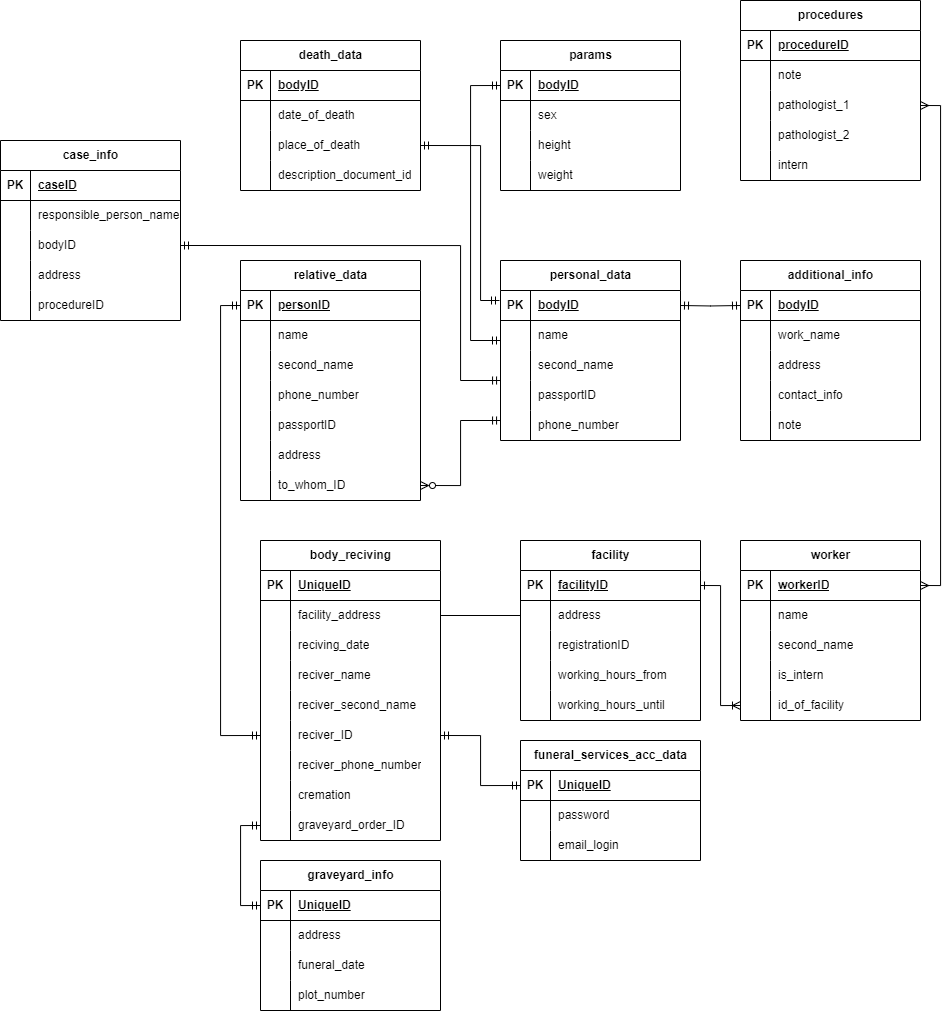
The draw.io diagram Project/Stage_2/Infolog.drawio.png in StXoTTaBbl4/ISBD, before a commit. Source tidied: cells renumbered, new cells last; positions are measured from the earlier drawing's top-left corner, leaving out a move shared by most shapes.
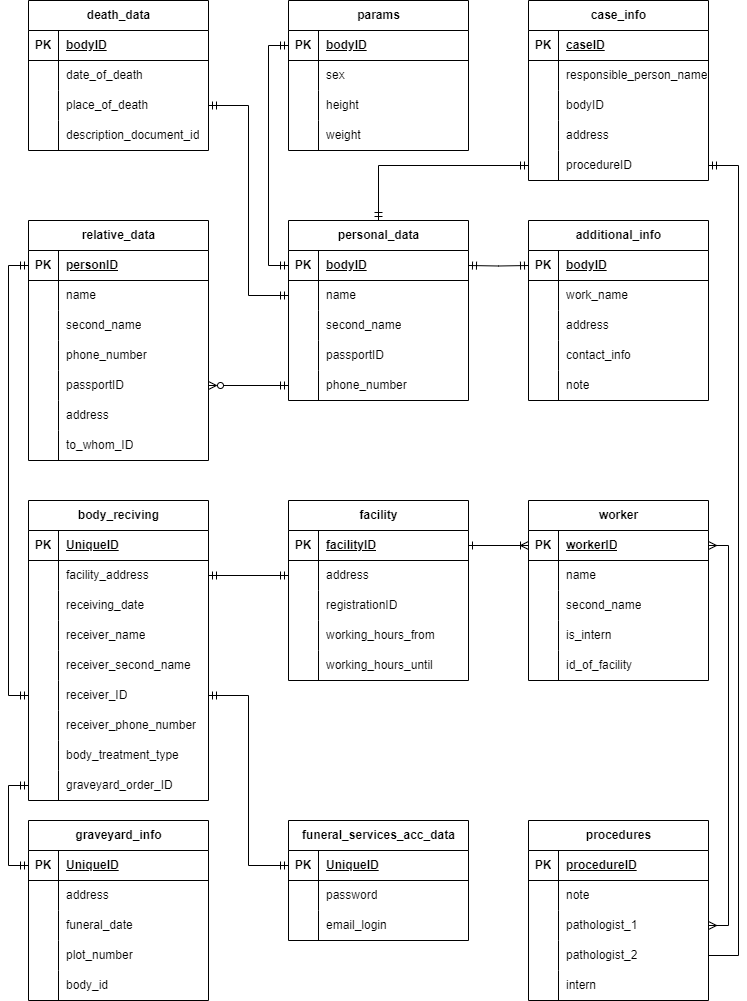
After the change.

Change to the diagram source:
```diff
@@ -195,7 +195,7 @@
       <mxGeometry x="30" width="150" height="30" as="geometry" />
     </mxCell>
     <mxCell id="66" value="facility" style="shape=table;startSize=30;rowLines=0;fontStyle=1;align=center;html=1;" parent="1" vertex="1">
-      <mxGeometry x="520" y="540" width="180" height="180" as="geometry" />
+      <mxGeometry x="500" y="540" width="180" height="180" as="geometry" />
     </mxCell>
     <mxCell id="67" style="shape=tableRow;horizontal=0;startSize=0;swimlaneHead=0;swimlaneBody=0;fillColor=none;points=[[0,0.5],[1,0.5]];portConstraint=eastwest;top=0;left=0;right=0;bottom=1;" parent="66" vertex="1">
       <mxGeometry y="30" width="180" height="30" as="geometry" />
@@ -291,7 +291,7 @@
       <mxGeometry x="30" width="150" height="30" as="geometry" />
     </mxCell>
     <mxCell id="98" value="case_info" style="shape=table;startSize=30;rowLines=0;fontStyle=1;align=center;html=1;" parent="1" vertex="1">
-      <mxGeometry y="140" width="180" height="180" as="geometry" />
+      <mxGeometry x="740" y="40" width="180" height="180" as="geometry" />
     </mxCell>
     <mxCell id="99" style="shape=tableRow;horizontal=0;startSize=0;swimlaneHead=0;swimlaneBody=0;fillColor=none;top=0;left=0;right=0;bottom=1;" parent="98" vertex="1">
       <mxGeometry y="30" width="180" height="30" as="geometry" />
@@ -339,7 +339,7 @@
       <mxGeometry x="30" width="150" height="30" as="geometry" />
     </mxCell>
     <mxCell id="114" value="graveyard_info" style="shape=table;startSize=30;rowLines=0;fontStyle=1;align=center;html=1;" parent="1" vertex="1">
-      <mxGeometry x="260" y="860" width="180" height="150" as="geometry" />
+      <mxGeometry x="240" y="860" width="180" height="180" as="geometry" />
     </mxCell>
     <mxCell id="115" style="shape=tableRow;horizontal=0;startSize=0;swimlaneHead=0;swimlaneBody=0;fillColor=none;points=[[0,0.5],[1,0.5]];portConstraint=eastwest;top=0;left=0;right=0;bottom=1;" parent="114" vertex="1">
       <mxGeometry y="30" width="180" height="30" as="geometry" />
@@ -377,8 +377,17 @@
     <mxCell id="126" value="plot_number" style="shape=partialRectangle;fillColor=none;top=0;left=0;bottom=0;right=0;align=left;spacingLeft=6;overflow=hidden;whiteSpace=wrap;html=1;" parent="124" vertex="1">
       <mxGeometry x="30" width="150" height="30" as="geometry" />
     </mxCell>
+    <mxCell id="208" style="shape=tableRow;horizontal=0;startSize=0;swimlaneHead=0;swimlaneBody=0;fillColor=none;top=0;left=0;right=0;bottom=0;" parent="114" vertex="1">
+      <mxGeometry y="150" width="180" height="30" as="geometry" />
+    </mxCell>
+    <mxCell id="209" style="shape=partialRectangle;fillColor=none;top=0;left=0;bottom=0;right=0;overflow=hidden;whiteSpace=wrap;html=1;" parent="208" vertex="1">
+      <mxGeometry width="30" height="30" as="geometry" />
+    </mxCell>
+    <mxCell id="210" value="body_id" style="shape=partialRectangle;fillColor=none;top=0;left=0;bottom=0;right=0;align=left;spacingLeft=6;overflow=hidden;whiteSpace=wrap;html=1;" parent="208" vertex="1">
+      <mxGeometry x="30" width="150" height="30" as="geometry" />
+    </mxCell>
     <mxCell id="127" value="body_reciving" style="shape=table;startSize=30;rowLines=0;fontStyle=1;align=center;html=1;" parent="1" vertex="1">
-      <mxGeometry x="260" y="540" width="180" height="300" as="geometry" />
+      <mxGeometry x="240" y="540" width="180" height="300" as="geometry" />
     </mxCell>
     <mxCell id="128" style="shape=tableRow;horizontal=0;startSize=0;swimlaneHead=0;swimlaneBody=0;fillColor=none;top=0;left=0;right=0;bottom=1;" parent="127" vertex="1">
       <mxGeometry y="30" width="180" height="30" as="geometry" />
@@ -404,7 +413,7 @@
     <mxCell id="135" style="shape=partialRectangle;fillColor=none;top=0;left=0;bottom=0;right=0;overflow=hidden;whiteSpace=wrap;html=1;" parent="134" vertex="1">
       <mxGeometry width="30" height="30" as="geometry" />
     </mxCell>
-    <mxCell id="136" value="reciving_date" style="shape=partialRectangle;fillColor=none;top=0;left=0;bottom=0;right=0;align=left;spacingLeft=6;overflow=hidden;whiteSpace=wrap;html=1;" parent="134" vertex="1">
+    <mxCell id="136" value="receiving_date" style="shape=partialRectangle;fillColor=none;top=0;left=0;bottom=0;right=0;align=left;spacingLeft=6;overflow=hidden;whiteSpace=wrap;html=1;" parent="134" vertex="1">
       <mxGeometry x="30" width="150" height="30" as="geometry" />
     </mxCell>
     <mxCell id="137" style="shape=tableRow;horizontal=0;startSize=0;swimlaneHead=0;swimlaneBody=0;fillColor=none;top=0;left=0;right=0;bottom=0;" parent="127" vertex="1">
@@ -413,7 +422,7 @@
     <mxCell id="138" style="shape=partialRectangle;fillColor=none;top=0;left=0;bottom=0;right=0;overflow=hidden;whiteSpace=wrap;html=1;" parent="137" vertex="1">
       <mxGeometry width="30" height="30" as="geometry" />
     </mxCell>
-    <mxCell id="139" value="reciver_name" style="shape=partialRectangle;fillColor=none;top=0;left=0;bottom=0;right=0;align=left;spacingLeft=6;overflow=hidden;whiteSpace=wrap;html=1;" parent="137" vertex="1">
+    <mxCell id="139" value="receiver_name" style="shape=partialRectangle;fillColor=none;top=0;left=0;bottom=0;right=0;align=left;spacingLeft=6;overflow=hidden;whiteSpace=wrap;html=1;" parent="137" vertex="1">
       <mxGeometry x="30" width="150" height="30" as="geometry" />
     </mxCell>
     <mxCell id="140" style="shape=tableRow;horizontal=0;startSize=0;swimlaneHead=0;swimlaneBody=0;fillColor=none;top=0;left=0;right=0;bottom=0;" parent="127" vertex="1">
@@ -422,7 +431,7 @@
     <mxCell id="141" style="shape=partialRectangle;fillColor=none;top=0;left=0;bottom=0;right=0;overflow=hidden;whiteSpace=wrap;html=1;" parent="140" vertex="1">
       <mxGeometry width="30" height="30" as="geometry" />
     </mxCell>
-    <mxCell id="142" value="reciver_second_name" style="shape=partialRectangle;fillColor=none;top=0;left=0;bottom=0;right=0;align=left;spacingLeft=6;overflow=hidden;whiteSpace=wrap;html=1;" parent="140" vertex="1">
+    <mxCell id="142" value="receiver_second_name" style="shape=partialRectangle;fillColor=none;top=0;left=0;bottom=0;right=0;align=left;spacingLeft=6;overflow=hidden;whiteSpace=wrap;html=1;" parent="140" vertex="1">
       <mxGeometry x="30" width="150" height="30" as="geometry" />
     </mxCell>
     <mxCell id="143" style="shape=tableRow;horizontal=0;startSize=0;swimlaneHead=0;swimlaneBody=0;fillColor=none;points=[[0,0.5],[1,0.5]];portConstraint=eastwest;top=0;left=0;right=0;bottom=0;" parent="127" vertex="1">
@@ -431,7 +440,7 @@
     <mxCell id="144" style="shape=partialRectangle;fillColor=none;top=0;left=0;bottom=0;right=0;overflow=hidden;whiteSpace=wrap;html=1;" parent="143" vertex="1">
       <mxGeometry width="30" height="30" as="geometry" />
     </mxCell>
-    <mxCell id="145" value="reciver_ID" style="shape=partialRectangle;fillColor=none;top=0;left=0;bottom=0;right=0;align=left;spacingLeft=6;overflow=hidden;whiteSpace=wrap;html=1;" parent="143" vertex="1">
+    <mxCell id="145" value="receiver_ID" style="shape=partialRectangle;fillColor=none;top=0;left=0;bottom=0;right=0;align=left;spacingLeft=6;overflow=hidden;whiteSpace=wrap;html=1;" parent="143" vertex="1">
       <mxGeometry x="30" width="150" height="30" as="geometry" />
     </mxCell>
     <mxCell id="146" style="shape=tableRow;horizontal=0;startSize=0;swimlaneHead=0;swimlaneBody=0;fillColor=none;top=0;left=0;right=0;bottom=0;" parent="127" vertex="1">
@@ -440,7 +449,7 @@
     <mxCell id="147" style="shape=partialRectangle;fillColor=none;top=0;left=0;bottom=0;right=0;overflow=hidden;whiteSpace=wrap;html=1;" parent="146" vertex="1">
       <mxGeometry width="30" height="30" as="geometry" />
     </mxCell>
-    <mxCell id="148" value="reciver_phone_number" style="shape=partialRectangle;fillColor=none;top=0;left=0;bottom=0;right=0;align=left;spacingLeft=6;overflow=hidden;whiteSpace=wrap;html=1;" parent="146" vertex="1">
+    <mxCell id="148" value="receiver_phone_number" style="shape=partialRectangle;fillColor=none;top=0;left=0;bottom=0;right=0;align=left;spacingLeft=6;overflow=hidden;whiteSpace=wrap;html=1;" parent="146" vertex="1">
       <mxGeometry x="30" width="150" height="30" as="geometry" />
     </mxCell>
     <mxCell id="149" style="shape=tableRow;horizontal=0;startSize=0;swimlaneHead=0;swimlaneBody=0;fillColor=none;top=0;left=0;right=0;bottom=0;" parent="127" vertex="1">
@@ -449,7 +458,7 @@
     <mxCell id="150" style="shape=partialRectangle;fillColor=none;top=0;left=0;bottom=0;right=0;overflow=hidden;whiteSpace=wrap;html=1;" parent="149" vertex="1">
       <mxGeometry width="30" height="30" as="geometry" />
     </mxCell>
-    <mxCell id="151" value="cremation" style="shape=partialRectangle;fillColor=none;top=0;left=0;bottom=0;right=0;align=left;spacingLeft=6;overflow=hidden;whiteSpace=wrap;html=1;" parent="149" vertex="1">
+    <mxCell id="151" value="body_treatment_type" style="shape=partialRectangle;fillColor=none;top=0;left=0;bottom=0;right=0;align=left;spacingLeft=6;overflow=hidden;whiteSpace=wrap;html=1;" parent="149" vertex="1">
       <mxGeometry x="30" width="150" height="30" as="geometry" />
     </mxCell>
     <mxCell id="152" style="shape=tableRow;horizontal=0;startSize=0;swimlaneHead=0;swimlaneBody=0;fillColor=none;points=[[0,0.5],[1,0.5]];portConstraint=eastwest;top=0;left=0;right=0;bottom=0;" parent="127" vertex="1">
@@ -461,35 +470,23 @@
     <mxCell id="154" value="graveyard_order_ID" style="shape=partialRectangle;fillColor=none;top=0;left=0;bottom=0;right=0;align=left;spacingLeft=6;overflow=hidden;whiteSpace=wrap;html=1;" parent="152" vertex="1">
       <mxGeometry x="30" width="150" height="30" as="geometry" />
     </mxCell>
-    <mxCell id="155" style="edgeStyle=orthogonalEdgeStyle;rounded=0;jettySize=auto;html=1;startArrow=ERmandOne;startFill=0;endArrow=ERmandOne;endFill=0;entryX=0;entryY=0.5;entryDx=0;entryDy=0;" parent="1" edge="1" source="15" target="3">
+    <mxCell id="155" style="edgeStyle=orthogonalEdgeStyle;rounded=0;jettySize=auto;html=1;startArrow=ERmandOne;startFill=0;endArrow=ERmandOne;endFill=0;entryX=0;entryY=0.5;entryDx=0;entryDy=0;exitX=0;exitY=0.5;exitDx=0;exitDy=0;" parent="1" edge="1" source="16" target="3">
       <mxGeometry relative="1" as="geometry">
         <Array as="points">
-          <mxPoint x="470" y="340" />
-          <mxPoint x="470" y="85" />
+          <mxPoint x="480" y="305" />
+          <mxPoint x="480" y="85" />
         </Array>
       </mxGeometry>
     </mxCell>
-    <mxCell id="156" style="edgeStyle=orthogonalEdgeStyle;rounded=0;jettySize=auto;html=1;exitX=1;exitY=0.5;exitDx=0;exitDy=0;endArrow=ERmandOne;endFill=0;startArrow=ERmandOne;startFill=0;" parent="1" edge="1" source="38">
+    <mxCell id="156" style="edgeStyle=orthogonalEdgeStyle;rounded=0;jettySize=auto;html=1;exitX=1;exitY=0.5;exitDx=0;exitDy=0;endArrow=ERmandOne;endFill=0;startArrow=ERmandOne;startFill=0;entryX=0;entryY=0.5;entryDx=0;entryDy=0;" parent="1" edge="1" source="38" target="19">
       <mxGeometry relative="1" as="geometry">
-        <mxPoint x="499" y="300" as="targetPoint" />
         <Array as="points">
-          <mxPoint x="480" y="145" />
-          <mxPoint x="480" y="300" />
-          <mxPoint x="499" y="300" />
+          <mxPoint x="460" y="145" />
+          <mxPoint x="460" y="335" />
         </Array>
       </mxGeometry>
     </mxCell>
-    <mxCell id="157" style="edgeStyle=orthogonalEdgeStyle;rounded=0;jettySize=auto;html=1;exitX=1;exitY=0.5;exitDx=0;exitDy=0;endArrow=ERmandOne;endFill=0;startArrow=ERzeroToMany;startFill=0;" parent="1" edge="1" source="63">
-      <mxGeometry relative="1" as="geometry">
-        <mxPoint x="500" y="420" as="targetPoint" />
-        <Array as="points">
-          <mxPoint x="460" y="485" />
-          <mxPoint x="460" y="420" />
-          <mxPoint x="500" y="420" />
-        </Array>
-      </mxGeometry>
-    </mxCell>
-    <mxCell id="158" style="edgeStyle=orthogonalEdgeStyle;rounded=0;jettySize=auto;html=1;exitX=0;exitY=0.5;exitDx=0;exitDy=0;entryX=1;entryY=0.5;entryDx=0;entryDy=0;startArrow=ERoneToMany;startFill=0;endArrow=ERone;endFill=0;" parent="1" edge="1" source="95" target="67">
+    <mxCell id="158" style="edgeStyle=orthogonalEdgeStyle;rounded=0;jettySize=auto;html=1;exitX=0;exitY=0.5;exitDx=0;exitDy=0;entryX=1;entryY=0.5;entryDx=0;entryDy=0;startArrow=ERoneToMany;startFill=0;endArrow=ERone;endFill=0;" parent="1" edge="1" source="83" target="67">
       <mxGeometry relative="1" as="geometry" />
     </mxCell>
     <mxCell id="159" style="edgeStyle=orthogonalEdgeStyle;rounded=0;jettySize=auto;html=1;exitX=0;exitY=0.5;exitDx=0;exitDy=0;entryX=1;entryY=0.5;entryDx=0;entryDy=0;startArrow=ERmandOne;startFill=0;endArrow=ERmandOne;endFill=0;" parent="1" edge="1" target="16">
@@ -500,17 +497,14 @@
     <mxCell id="160" style="edgeStyle=orthogonalEdgeStyle;rounded=0;jettySize=auto;html=1;exitX=1;exitY=0.5;exitDx=0;exitDy=0;entryX=1;entryY=0.5;entryDx=0;entryDy=0;startArrow=ERmany;startFill=0;endArrow=ERmany;endFill=0;" parent="1" edge="1" source="83" target="183">
       <mxGeometry relative="1" as="geometry" />
     </mxCell>
-    <mxCell id="161" style="edgeStyle=orthogonalEdgeStyle;rounded=0;jettySize=auto;html=1;exitX=1;exitY=0.5;exitDx=0;exitDy=0;endArrow=ERmandOne;endFill=0;startArrow=ERmandOne;startFill=0;" parent="1" edge="1" source="105">
+    <mxCell id="161" style="edgeStyle=orthogonalEdgeStyle;rounded=0;jettySize=auto;html=1;exitX=0;exitY=0.5;exitDx=0;exitDy=0;endArrow=ERmandOne;endFill=0;startArrow=ERmandOne;startFill=0;entryX=0.5;entryY=0;entryDx=0;entryDy=0;" parent="1" edge="1" source="111" target="15">
       <mxGeometry relative="1" as="geometry">
-        <mxPoint x="500" y="380" as="targetPoint" />
         <Array as="points">
-          <mxPoint x="460" y="245" />
-          <mxPoint x="460" y="380" />
-          <mxPoint x="500" y="380" />
+          <mxPoint x="590" y="205" />
         </Array>
       </mxGeometry>
     </mxCell>
-    <mxCell id="162" style="edgeStyle=orthogonalEdgeStyle;rounded=0;jettySize=auto;html=1;exitX=1;exitY=0.5;exitDx=0;exitDy=0;entryX=0;entryY=0.5;entryDx=0;entryDy=0;endArrow=none;endFill=0;" parent="1" edge="1" source="131" target="70">
+    <mxCell id="162" style="edgeStyle=orthogonalEdgeStyle;rounded=0;jettySize=auto;html=1;exitX=1;exitY=0.5;exitDx=0;exitDy=0;entryX=0;entryY=0.5;entryDx=0;entryDy=0;endArrow=ERmandOne;endFill=0;startArrow=ERmandOne;startFill=0;" parent="1" edge="1" source="131" target="70">
       <mxGeometry relative="1" as="geometry" />
     </mxCell>
     <mxCell id="163" style="edgeStyle=orthogonalEdgeStyle;rounded=0;jettySize=auto;html=1;exitX=0;exitY=0.5;exitDx=0;exitDy=0;entryX=0;entryY=0.5;entryDx=0;entryDy=0;startArrow=ERmandOne;startFill=0;endArrow=ERmandOne;endFill=0;" parent="1" edge="1" source="152" target="115">
@@ -520,7 +514,7 @@
       <mxGeometry relative="1" as="geometry" />
     </mxCell>
     <mxCell id="165" value="funeral_services_acc_data" style="shape=table;startSize=30;rowLines=0;fontStyle=1;align=center;html=1;" parent="1" vertex="1">
-      <mxGeometry x="520" y="740" width="180" height="120" as="geometry" />
+      <mxGeometry x="500" y="860" width="180" height="120" as="geometry" />
     </mxCell>
     <mxCell id="166" style="shape=tableRow;horizontal=0;startSize=0;swimlaneHead=0;swimlaneBody=0;fillColor=none;points=[[0,0.5],[1,0.5]];portConstraint=eastwest;top=0;left=0;right=0;bottom=1;" parent="165" vertex="1">
       <mxGeometry y="30" width="180" height="30" as="geometry" />
@@ -553,7 +547,7 @@
       <mxGeometry relative="1" as="geometry" />
     </mxCell>
     <mxCell id="176" value="procedures" style="shape=table;startSize=30;rowLines=0;fontStyle=1;align=center;html=1;" parent="1" vertex="1">
-      <mxGeometry x="740" width="180" height="180" as="geometry" />
+      <mxGeometry x="740" y="860" width="180" height="180" as="geometry" />
     </mxCell>
     <mxCell id="177" style="shape=tableRow;horizontal=0;startSize=0;swimlaneHead=0;swimlaneBody=0;fillColor=none;top=0;left=0;right=0;bottom=1;" parent="176" vertex="1">
       <mxGeometry y="30" width="180" height="30" as="geometry" />
@@ -648,5 +642,16 @@
     <mxCell id="207" value="note" style="shape=partialRectangle;fillColor=none;top=0;left=0;bottom=0;right=0;align=left;spacingLeft=6;overflow=hidden;whiteSpace=wrap;html=1;" parent="205" vertex="1">
       <mxGeometry x="30" width="150" height="30" as="geometry" />
     </mxCell>
+    <mxCell id="211" style="edgeStyle=orthogonalEdgeStyle;rounded=0;jettySize=auto;html=1;exitX=1;exitY=0.5;exitDx=0;exitDy=0;entryX=0;entryY=0.5;entryDx=0;entryDy=0;startArrow=ERzeroToMany;startFill=0;endArrow=ERmandOne;endFill=0;" parent="1" edge="1" source="57" target="28">
+      <mxGeometry relative="1" as="geometry" />
+    </mxCell>
+    <mxCell id="212" style="edgeStyle=orthogonalEdgeStyle;rounded=0;jettySize=auto;html=1;exitX=1;exitY=0.5;exitDx=0;exitDy=0;entryX=1;entryY=0.5;entryDx=0;entryDy=0;endArrow=none;endFill=0;startArrow=ERmandOne;startFill=0;" parent="1" edge="1" source="111" target="186">
+      <mxGeometry relative="1" as="geometry">
+        <Array as="points">
+          <mxPoint x="950" y="205" />
+          <mxPoint x="950" y="995" />
+        </Array>
+      </mxGeometry>
+    </mxCell>
   </root>
 </mxGraphModel>
```
